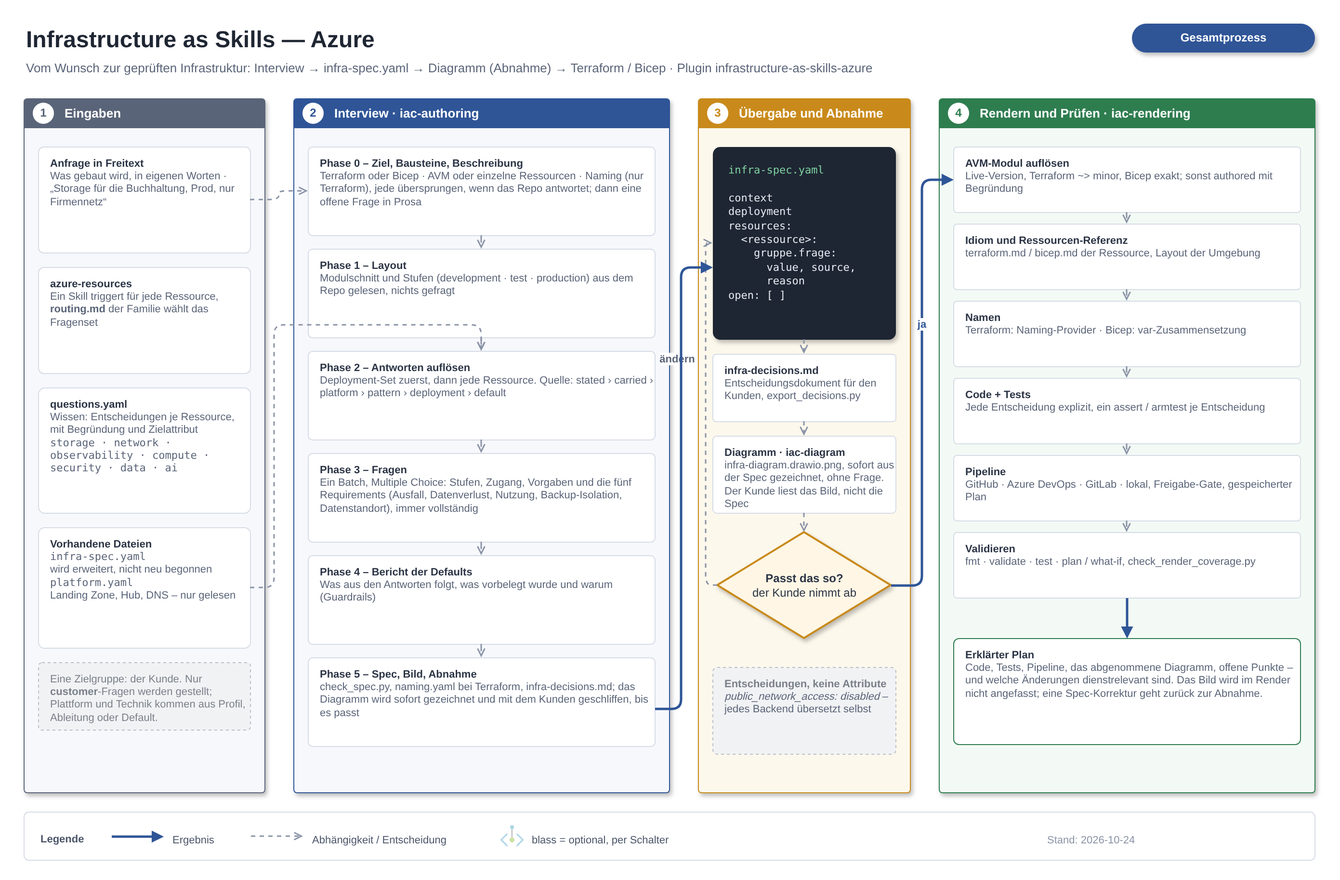
Earlier version of the draw.io export docs/process.drawio.png (LemurDaniel/Infrastructure-as-Skills-Azure). Source tidied: cells renumbered, new cells last; positions are measured from the earlier drawing's top-left corner, leaving out a move shared by most shapes.
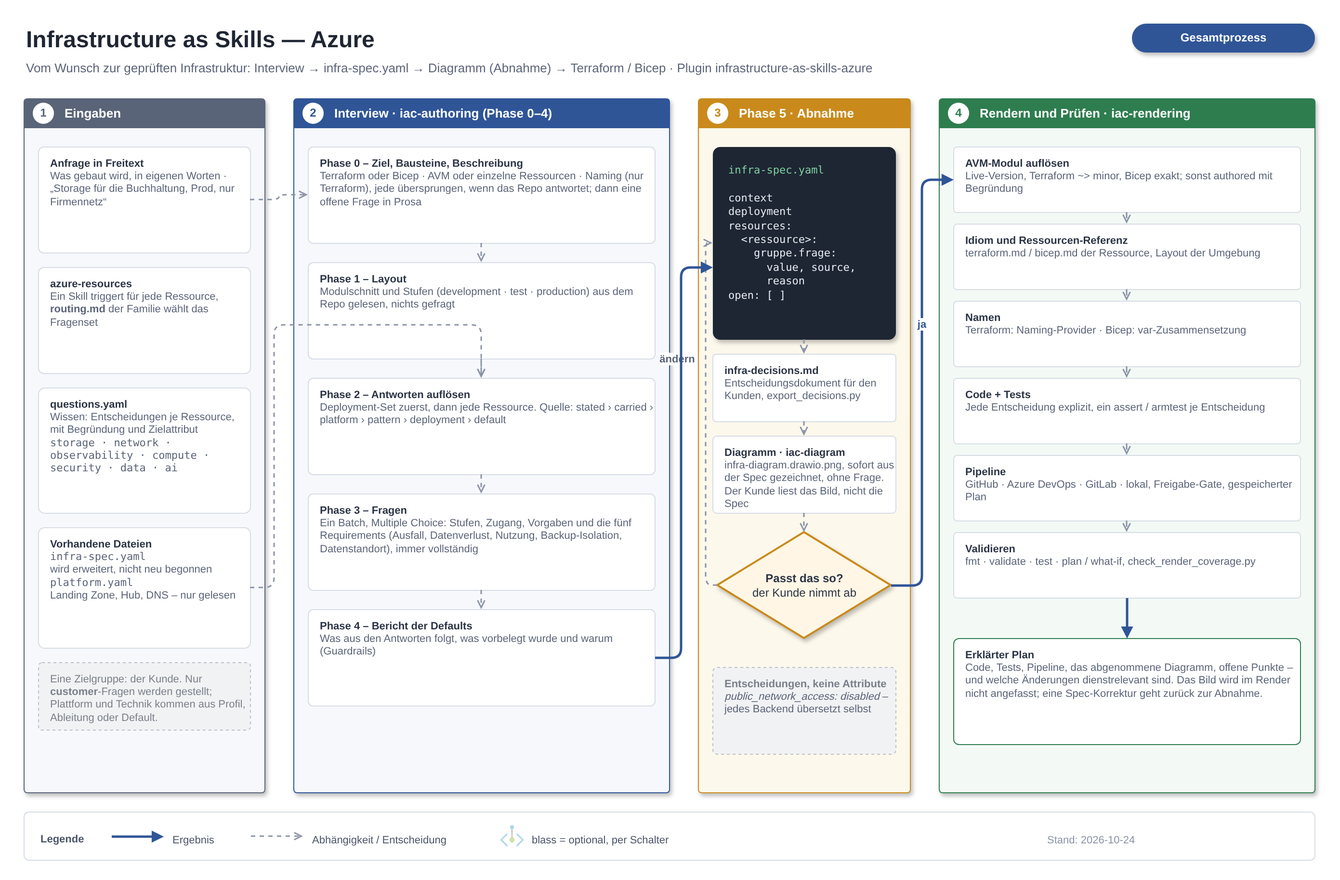
The same diagram one commit later.

Commit message:
Show Phase 5 as the hand-over and sign-off column

The interview column carried a "Phase 5" card beside a hand-over column
that held the same steps. Phase 5 is that whole block - spec, decision
document, diagram, the customer's sign-off loop - so the column is now
titled as Phase 5, the interview column as Phases 0-4, and the spec is
reached from Phase 4.

Diff of the diagram source:
```diff
@@ -32,30 +32,27 @@
     <mxCell id="11" value="Eine Zielgruppe: der Kunde. Nur &lt;b&gt;customer&lt;/b&gt;-Fragen werden gestellt; Plattform und Technik kommen aus Profil, Ableitung oder Default." style="rounded=1;arcSize=5;strokeColor=#B9BEC7;dashed=1;fillColor=#F1F2F4;align=left;verticalAlign=top;spacingLeft=10;spacingTop=4;fontSize=11;fontColor=#7A808A;fontFamily=Helvetica;html=1;whiteSpace=wrap;" parent="1" vertex="1">
       <mxGeometry x="15" y="667" width="220" height="70" as="geometry" />
     </mxCell>
-    <mxCell id="12" value="Interview  ·  iac-authoring" style="swimlane;rounded=1;arcSize=4;startSize=30;fillColor=#2F5597;swimlaneFillColor=#F6F8FC;strokeColor=#2F5597;fontColor=#FFFFFF;fontStyle=1;fontSize=13;align=left;spacingLeft=40;shadow=1;fontFamily=Helvetica;html=1;whiteSpace=wrap;" parent="1" vertex="1">
+    <mxCell id="12" value="Interview  ·  iac-authoring  (Phase 0–4)" style="swimlane;rounded=1;arcSize=4;startSize=30;fillColor=#2F5597;swimlaneFillColor=#F6F8FC;strokeColor=#2F5597;fontColor=#FFFFFF;fontStyle=1;fontSize=13;align=left;spacingLeft=40;shadow=1;fontFamily=Helvetica;html=1;whiteSpace=wrap;" parent="1" vertex="1">
       <mxGeometry x="280" y="82" width="390" height="720" as="geometry" />
     </mxCell>
     <mxCell id="13" value="2" style="ellipse;fillColor=#FFFFFF;strokeColor=none;fontColor=#2F5597;fontStyle=1;fontSize=12;fontFamily=Helvetica;html=1;whiteSpace=wrap;" parent="12" vertex="1">
       <mxGeometry x="9" y="4" width="22" height="22" as="geometry" />
     </mxCell>
     <mxCell id="14" value="&lt;b&gt;Phase 0 – Ziel, Bausteine, Beschreibung&lt;/b&gt;&lt;br&gt;&lt;span style=&quot;font-weight:normal;font-size:11px;color:#5A6478&quot;&gt;Terraform oder Bicep · AVM oder einzelne Ressourcen · Naming (nur Terraform), jede übersprungen, wenn das Repo antwortet; dann eine offene Frage in Prosa&lt;/span&gt;" style="rounded=1;arcSize=5;strokeColor=#D6DCE6;fillColor=#FFFFFF;align=left;verticalAlign=top;spacingLeft=10;spacingTop=4;fontSize=11;fontColor=#2B3445;fontFamily=Helvetica;html=1;whiteSpace=wrap;" parent="1" vertex="1">
-      <mxGeometry x="295" y="132" width="360" height="92" as="geometry" />
+      <mxGeometry x="295" y="132" width="360" height="100" as="geometry" />
     </mxCell>
     <mxCell id="15" value="&lt;b&gt;Phase 1 – Layout&lt;/b&gt;&lt;br&gt;&lt;span style=&quot;font-weight:normal;font-size:11px;color:#5A6478&quot;&gt;Modulschnitt und Stufen (development · test · production) aus dem Repo gelesen, nichts gefragt&lt;/span&gt;" style="rounded=1;arcSize=5;strokeColor=#D6DCE6;fillColor=#FFFFFF;align=left;verticalAlign=top;spacingLeft=10;spacingTop=4;fontSize=11;fontColor=#2B3445;fontFamily=Helvetica;html=1;whiteSpace=wrap;" parent="1" vertex="1">
-      <mxGeometry x="295" y="238" width="360" height="92" as="geometry" />
+      <mxGeometry x="295" y="252" width="360" height="100" as="geometry" />
     </mxCell>
     <mxCell id="16" value="&lt;b&gt;Phase 2 – Antworten auflösen&lt;/b&gt;&lt;br&gt;&lt;span style=&quot;font-weight:normal;font-size:11px;color:#5A6478&quot;&gt;Deployment-Set zuerst, dann jede Ressource. Quelle: stated › carried › platform › pattern › deployment › default&lt;/span&gt;" style="rounded=1;arcSize=5;strokeColor=#D6DCE6;fillColor=#FFFFFF;align=left;verticalAlign=top;spacingLeft=10;spacingTop=4;fontSize=11;fontColor=#2B3445;fontFamily=Helvetica;html=1;whiteSpace=wrap;" parent="1" vertex="1">
-      <mxGeometry x="295" y="344" width="360" height="92" as="geometry" />
+      <mxGeometry x="295" y="372" width="360" height="100" as="geometry" />
     </mxCell>
     <mxCell id="17" value="&lt;b&gt;Phase 3 – Fragen&lt;/b&gt;&lt;br&gt;&lt;span style=&quot;font-weight:normal;font-size:11px;color:#5A6478&quot;&gt;Ein Batch, Multiple Choice: Stufen, Zugang, Vorgaben und die fünf Requirements (Ausfall, Datenverlust, Nutzung, Backup-Isolation, Datenstandort), immer vollständig&lt;/span&gt;" style="rounded=1;arcSize=5;strokeColor=#D6DCE6;fillColor=#FFFFFF;align=left;verticalAlign=top;spacingLeft=10;spacingTop=4;fontSize=11;fontColor=#2B3445;fontFamily=Helvetica;html=1;whiteSpace=wrap;" parent="1" vertex="1">
-      <mxGeometry x="295" y="450" width="360" height="92" as="geometry" />
+      <mxGeometry x="295" y="492" width="360" height="100" as="geometry" />
     </mxCell>
     <mxCell id="18" value="&lt;b&gt;Phase 4 – Bericht der Defaults&lt;/b&gt;&lt;br&gt;&lt;span style=&quot;font-weight:normal;font-size:11px;color:#5A6478&quot;&gt;Was aus den Antworten folgt, was vorbelegt wurde und warum (Guardrails)&lt;/span&gt;" style="rounded=1;arcSize=5;strokeColor=#D6DCE6;fillColor=#FFFFFF;align=left;verticalAlign=top;spacingLeft=10;spacingTop=4;fontSize=11;fontColor=#2B3445;fontFamily=Helvetica;html=1;whiteSpace=wrap;" parent="1" vertex="1">
-      <mxGeometry x="295" y="556" width="360" height="92" as="geometry" />
+      <mxGeometry x="295" y="612" width="360" height="100" as="geometry" />
     </mxCell>
-    <mxCell id="19" value="&lt;b&gt;Phase 5 – Spec, Bild, Abnahme&lt;/b&gt;&lt;br&gt;&lt;span style=&quot;font-weight:normal;font-size:11px;color:#5A6478&quot;&gt;check_spec.py, naming.yaml bei Terraform, infra-decisions.md; das Diagramm wird sofort gezeichnet und mit dem Kunden geschliffen, bis es passt&lt;/span&gt;" style="rounded=1;arcSize=5;strokeColor=#D6DCE6;fillColor=#FFFFFF;align=left;verticalAlign=top;spacingLeft=10;spacingTop=4;fontSize=11;fontColor=#2B3445;fontFamily=Helvetica;html=1;whiteSpace=wrap;" parent="1" vertex="1">
-      <mxGeometry x="295" y="662" width="360" height="92" as="geometry" />
-    </mxCell>
     <mxCell id="20" style="edgeStyle=orthogonalEdgeStyle;rounded=1;strokeColor=#8A93A6;strokeWidth=1.5;dashed=1;endArrow=open;fontSize=11;fontStyle=1;fontColor=#5A6478;labelBackgroundColor=#FFFFFF;fontFamily=Helvetica;html=1;whiteSpace=wrap;" parent="1" edge="1" source="14" target="15">
       <mxGeometry relative="1" as="geometry" />
     </mxCell>
@@ -68,9 +65,6 @@
     <mxCell id="23" style="edgeStyle=orthogonalEdgeStyle;rounded=1;strokeColor=#8A93A6;strokeWidth=1.5;dashed=1;endArrow=open;fontSize=11;fontStyle=1;fontColor=#5A6478;labelBackgroundColor=#FFFFFF;fontFamily=Helvetica;html=1;whiteSpace=wrap;" parent="1" edge="1" source="17" target="18">
       <mxGeometry relative="1" as="geometry" />
     </mxCell>
-    <mxCell id="24" style="edgeStyle=orthogonalEdgeStyle;rounded=1;strokeColor=#8A93A6;strokeWidth=1.5;dashed=1;endArrow=open;fontSize=11;fontStyle=1;fontColor=#5A6478;labelBackgroundColor=#FFFFFF;fontFamily=Helvetica;html=1;whiteSpace=wrap;" parent="1" edge="1" source="18" target="19">
-      <mxGeometry relative="1" as="geometry" />
-    </mxCell>
     <mxCell id="25" style="edgeStyle=orthogonalEdgeStyle;rounded=1;strokeColor=#8A93A6;strokeWidth=1.5;dashed=1;endArrow=open;fontSize=11;fontStyle=1;fontColor=#5A6478;labelBackgroundColor=#FFFFFF;fontFamily=Helvetica;html=1;whiteSpace=wrap;" parent="1" edge="1" source="7" target="14">
       <mxGeometry relative="1" as="geometry" />
     </mxCell>
@@ -82,7 +76,7 @@
         </Array>
       </mxGeometry>
     </mxCell>
-    <mxCell id="27" value="Übergabe und Abnahme" style="swimlane;rounded=1;arcSize=4;startSize=30;fillColor=#C98A1B;swimlaneFillColor=#FDF8EC;strokeColor=#C98A1B;fontColor=#FFFFFF;fontStyle=1;fontSize=13;align=left;spacingLeft=40;shadow=1;fontFamily=Helvetica;html=1;whiteSpace=wrap;" parent="1" vertex="1">
+    <mxCell id="27" value="Phase 5  ·  Abnahme" style="swimlane;rounded=1;arcSize=4;startSize=30;fillColor=#C98A1B;swimlaneFillColor=#FDF8EC;strokeColor=#C98A1B;fontColor=#FFFFFF;fontStyle=1;fontSize=13;align=left;spacingLeft=40;shadow=1;fontFamily=Helvetica;html=1;whiteSpace=wrap;" parent="1" vertex="1">
       <mxGeometry x="700" y="82" width="220" height="720" as="geometry" />
     </mxCell>
     <mxCell id="28" value="3" style="ellipse;fillColor=#FFFFFF;strokeColor=none;fontColor=#C98A1B;fontStyle=1;fontSize=12;fontFamily=Helvetica;html=1;whiteSpace=wrap;" parent="27" vertex="1">
@@ -121,10 +115,10 @@
         <mxPoint x="-30" y="-60" as="offset" />
       </mxGeometry>
     </mxCell>
-    <mxCell id="38" style="edgeStyle=orthogonalEdgeStyle;rounded=1;strokeColor=#2F5597;strokeWidth=2.5;endArrow=block;endFill=1;fontSize=11;fontStyle=1;fontColor=#2F5597;labelBackgroundColor=#FFFFFF;fontFamily=Helvetica;html=1;whiteSpace=wrap;" parent="1" edge="1" source="19" target="29">
+    <mxCell id="38" style="edgeStyle=orthogonalEdgeStyle;rounded=1;strokeColor=#2F5597;strokeWidth=2.5;endArrow=block;endFill=1;fontSize=11;fontStyle=1;fontColor=#2F5597;labelBackgroundColor=#FFFFFF;fontFamily=Helvetica;html=1;whiteSpace=wrap;" parent="1" edge="1" source="18" target="29">
       <mxGeometry relative="1" as="geometry">
         <Array as="points">
-          <mxPoint x="682" y="715" />
+          <mxPoint x="682" y="662" />
           <mxPoint x="682" y="257" />
         </Array>
       </mxGeometry>
```
